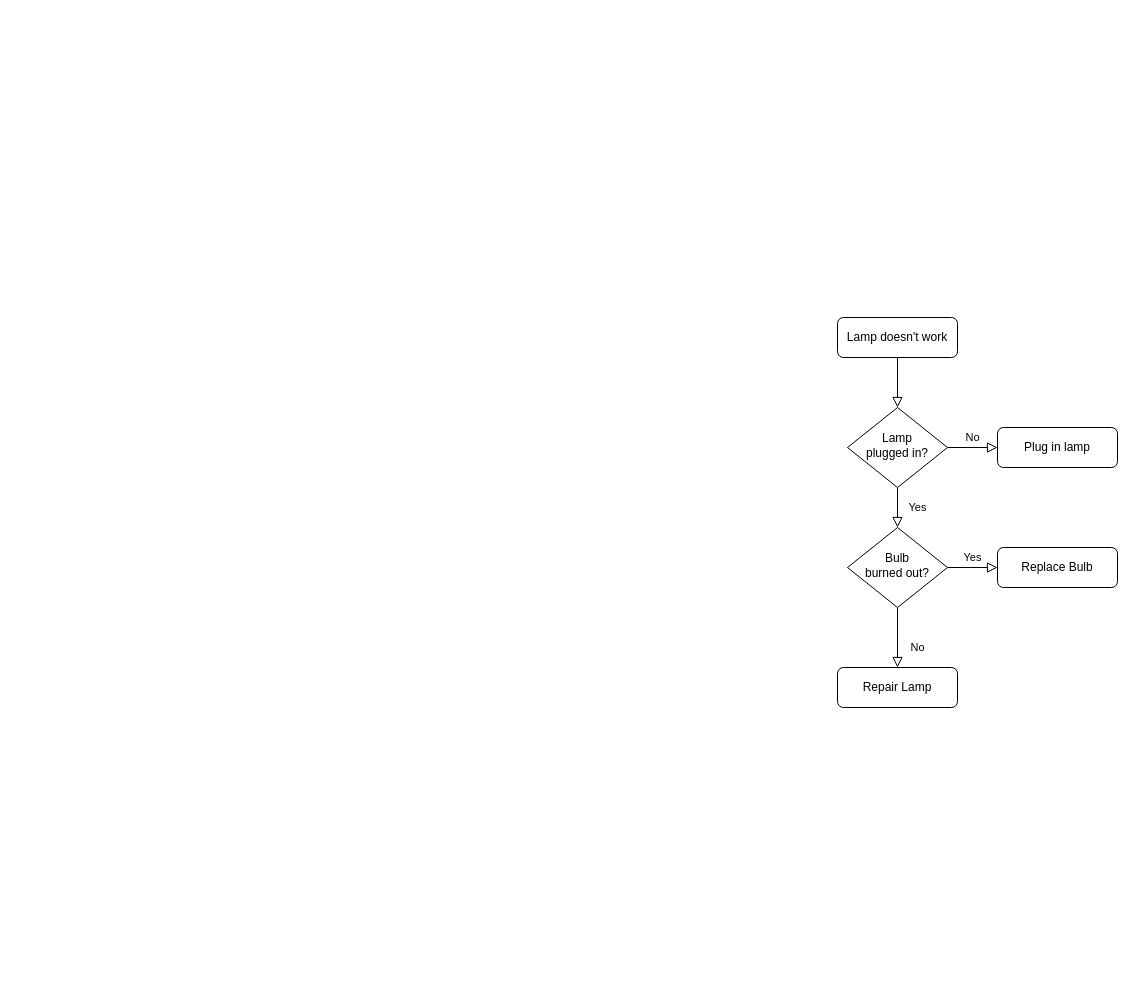
Before: 未命名绘图.drawio in Rockergmail/draw.io, a draw.io diagram. Source tidied: cells renumbered, new cells numbered last; positions are measured from the earlier drawing's top-left corner, leaving out a move shared by most shapes. Both pictures are drawn from the tidied source at 100%, with x=0, y=0 at pixel (837, 317).
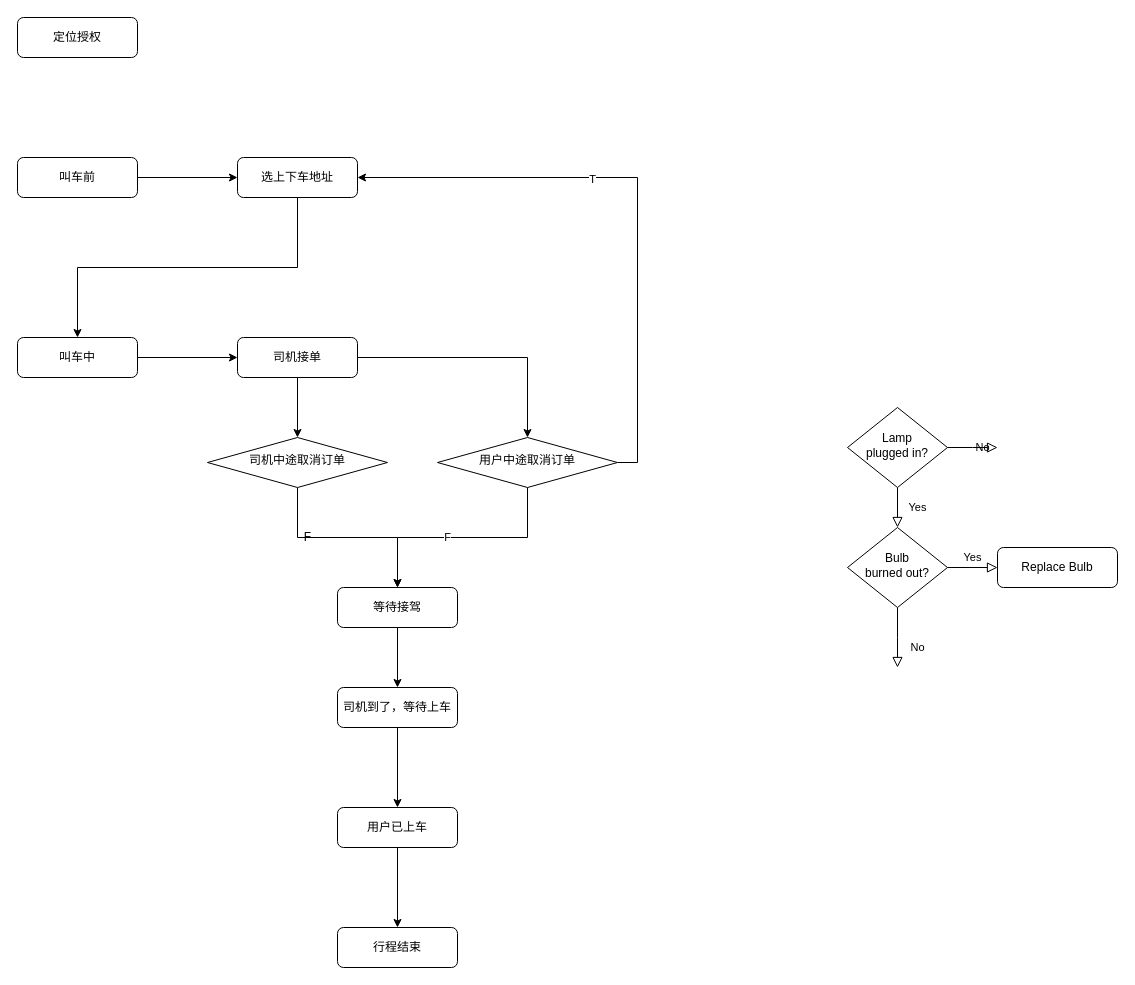
After the change.

Commit message:
更新未命名绘图.drawio

The change refers to these unchanged cells:
```xml
<mxCell id="6" value="Lamp&lt;br&gt;plugged in?" style="rhombus;whiteSpace=wrap;html=1;shadow=0;fontFamily=Helvetica;fontSize=12;align=center;strokeWidth=1;spacing=6;spacingTop=-4;" parent="1" vertex="1">
  <mxGeometry x="10" y="90" width="100" height="80" as="geometry" />
</mxCell>
<mxCell id="10" value="Bulb&lt;br&gt;burned out?" style="rhombus;whiteSpace=wrap;html=1;shadow=0;fontFamily=Helvetica;fontSize=12;align=center;strokeWidth=1;spacing=6;spacingTop=-4;" parent="1" vertex="1">
  <mxGeometry x="10" y="210" width="100" height="80" as="geometry" />
</mxCell>
```

Change to the diagram source:
```diff
@@
-    <mxCell id="2" style="rounded=0;html=1;jettySize=auto;fontSize=11;endArrow=block;endFill=0;endSize=8;strokeWidth=1;shadow=0;labelBackgroundColor=none;edgeStyle=orthogonalEdgeStyle;" parent="1" edge="1" source="3" target="6">
-      <mxGeometry relative="1" as="geometry" />
-    </mxCell>
-    <mxCell id="3" value="Lamp doesn't work" style="rounded=1;whiteSpace=wrap;html=1;fontSize=12;glass=0;strokeWidth=1;shadow=0;" parent="1" vertex="1">
-      <mxGeometry width="120" height="40" as="geometry" />
+    <mxCell id="3" value="定位授权" style="rounded=1;whiteSpace=wrap;html=1;fontSize=12;glass=0;strokeWidth=1;shadow=0;" parent="1" vertex="1">
+      <mxGeometry x="-820" y="-300" width="120" height="40" as="geometry" />
     </mxCell>
@@
-    <mxCell id="5" value="No" style="edgeStyle=orthogonalEdgeStyle;rounded=0;html=1;jettySize=auto;fontSize=11;endArrow=block;endFill=0;endSize=8;strokeWidth=1;shadow=0;labelBackgroundColor=none;" parent="1" edge="1" source="6" target="7">
-      <mxGeometry y="10" relative="1" as="geometry" />
+    <mxCell id="5" value="No" style="edgeStyle=orthogonalEdgeStyle;rounded=0;html=1;jettySize=auto;fontSize=11;endArrow=block;endFill=0;endSize=8;strokeWidth=1;shadow=0;labelBackgroundColor=none;" parent="1" edge="1" source="6">
+      <mxGeometry y="10" relative="1" as="geometry">
+        <mxPoint x="160" y="130" as="targetPoint" />
+      </mxGeometry>
     </mxCell>
@@
-    <mxCell id="7" value="Plug in lamp" style="rounded=1;whiteSpace=wrap;html=1;fontSize=12;glass=0;strokeWidth=1;shadow=0;" parent="1" vertex="1">
-      <mxGeometry x="160" y="110" width="120" height="40" as="geometry" />
-    </mxCell>
-    <mxCell id="8" value="No" style="rounded=0;html=1;jettySize=auto;fontSize=11;endArrow=block;endFill=0;endSize=8;strokeWidth=1;shadow=0;labelBackgroundColor=none;edgeStyle=orthogonalEdgeStyle;" parent="1" edge="1" source="10" target="11">
-      <mxGeometry x="0.33" y="20" relative="1" as="geometry" />
+    <mxCell id="8" value="No" style="rounded=0;html=1;jettySize=auto;fontSize=11;endArrow=block;endFill=0;endSize=8;strokeWidth=1;shadow=0;labelBackgroundColor=none;edgeStyle=orthogonalEdgeStyle;" parent="1" edge="1" source="10">
+      <mxGeometry x="0.33" y="20" relative="1" as="geometry">
+        <mxPoint x="60" y="350" as="targetPoint" />
+      </mxGeometry>
     </mxCell>
@@
-    <mxCell id="11" value="Repair Lamp" style="rounded=1;whiteSpace=wrap;html=1;fontSize=12;glass=0;strokeWidth=1;shadow=0;" parent="1" vertex="1">
-      <mxGeometry y="350" width="120" height="40" as="geometry" />
+    <mxCell id="11" value="行程结束" style="rounded=1;whiteSpace=wrap;html=1;fontSize=12;glass=0;strokeWidth=1;shadow=0;" parent="1" vertex="1">
+      <mxGeometry x="-500" y="610" width="120" height="40" as="geometry" />
     </mxCell>
@@
+    <mxCell id="13" style="edgeStyle=orthogonalEdgeStyle;rounded=0;jettySize=auto;html=1;" parent="1" edge="1" source="14" target="22">
+      <mxGeometry relative="1" as="geometry" />
+    </mxCell>
+    <mxCell id="14" value="叫车前" style="rounded=1;whiteSpace=wrap;html=1;fontSize=12;glass=0;strokeWidth=1;shadow=0;" parent="1" vertex="1">
+      <mxGeometry x="-820" y="-160" width="120" height="40" as="geometry" />
+    </mxCell>
+    <mxCell id="15" style="edgeStyle=orthogonalEdgeStyle;rounded=0;jettySize=auto;html=1;" parent="1" edge="1" source="16" target="25">
+      <mxGeometry relative="1" as="geometry" />
+    </mxCell>
+    <mxCell id="16" value="叫车中" style="rounded=1;whiteSpace=wrap;html=1;fontSize=12;glass=0;strokeWidth=1;shadow=0;" parent="1" vertex="1">
+      <mxGeometry x="-820" y="20" width="120" height="40" as="geometry" />
+    </mxCell>
+    <mxCell id="17" style="edgeStyle=orthogonalEdgeStyle;rounded=0;jettySize=auto;html=1;" parent="1" edge="1" source="18" target="35">
+      <mxGeometry relative="1" as="geometry" />
+    </mxCell>
+    <mxCell id="18" value="等待接驾" style="rounded=1;whiteSpace=wrap;html=1;fontSize=12;glass=0;strokeWidth=1;shadow=0;" parent="1" vertex="1">
+      <mxGeometry x="-500" y="270" width="120" height="40" as="geometry" />
+    </mxCell>
+    <mxCell id="19" style="edgeStyle=orthogonalEdgeStyle;rounded=0;jettySize=auto;html=1;" parent="1" edge="1" source="20" target="11">
+      <mxGeometry relative="1" as="geometry" />
+    </mxCell>
+    <mxCell id="20" value="用户已上车" style="rounded=1;whiteSpace=wrap;html=1;fontSize=12;glass=0;strokeWidth=1;shadow=0;" parent="1" vertex="1">
+      <mxGeometry x="-500" y="490" width="120" height="40" as="geometry" />
+    </mxCell>
+    <mxCell id="21" style="edgeStyle=orthogonalEdgeStyle;rounded=0;jettySize=auto;html=1;exitX=0.5;exitY=1;exitDx=0;exitDy=0;entryX=0.5;entryY=0;entryDx=0;entryDy=0;" parent="1" edge="1" source="22" target="16">
+      <mxGeometry relative="1" as="geometry" />
+    </mxCell>
+    <mxCell id="22" value="选上下车地址" style="rounded=1;whiteSpace=wrap;html=1;fontSize=12;glass=0;strokeWidth=1;shadow=0;" parent="1" vertex="1">
+      <mxGeometry x="-600" y="-160" width="120" height="40" as="geometry" />
+    </mxCell>
+    <mxCell id="23" style="edgeStyle=orthogonalEdgeStyle;rounded=0;jettySize=auto;html=1;" parent="1" edge="1" source="25" target="27">
+      <mxGeometry relative="1" as="geometry" />
+    </mxCell>
+    <mxCell id="24" style="edgeStyle=orthogonalEdgeStyle;rounded=0;jettySize=auto;html=1;exitX=1;exitY=0.5;exitDx=0;exitDy=0;" parent="1" edge="1" source="25" target="32">
+      <mxGeometry relative="1" as="geometry" />
+    </mxCell>
+    <mxCell id="25" value="司机接单" style="rounded=1;whiteSpace=wrap;html=1;fontSize=12;glass=0;strokeWidth=1;shadow=0;" parent="1" vertex="1">
+      <mxGeometry x="-600" y="20" width="120" height="40" as="geometry" />
+    </mxCell>
+    <mxCell id="26" style="edgeStyle=orthogonalEdgeStyle;rounded=0;jettySize=auto;html=1;exitX=0.5;exitY=1;exitDx=0;exitDy=0;entryX=0.5;entryY=0;entryDx=0;entryDy=0;" parent="1" edge="1" source="27" target="18">
+      <mxGeometry relative="1" as="geometry" />
+    </mxCell>
+    <mxCell id="27" value="司机中途取消订单" style="rhombus;whiteSpace=wrap;html=1;shadow=0;fontFamily=Helvetica;fontSize=12;align=center;strokeWidth=1;spacing=6;spacingTop=-4;" parent="1" vertex="1">
+      <mxGeometry x="-630" y="120" width="180" height="50" as="geometry" />
+    </mxCell>
+    <mxCell id="28" style="edgeStyle=orthogonalEdgeStyle;rounded=0;jettySize=auto;html=1;entryX=0.5;entryY=0;entryDx=0;entryDy=0;" parent="1" edge="1" source="32" target="18">
+      <mxGeometry relative="1" as="geometry" />
+    </mxCell>
+    <mxCell id="29" value="F" style="edgeLabel;html=1;align=center;verticalAlign=middle;" parent="28" vertex="1">
+      <mxGeometry x="0.14" y="-1" relative="1" as="geometry" />
+    </mxCell>
+    <mxCell id="30" style="edgeStyle=orthogonalEdgeStyle;rounded=0;jettySize=auto;html=1;exitX=1;exitY=0.5;exitDx=0;exitDy=0;entryX=1;entryY=0.5;entryDx=0;entryDy=0;" parent="1" edge="1" source="32" target="22">
+      <mxGeometry relative="1" as="geometry" />
+    </mxCell>
+    <mxCell id="31" value="T" style="edgeLabel;html=1;align=center;verticalAlign=middle;" parent="30" vertex="1">
+      <mxGeometry x="0.2" y="1" relative="1" as="geometry" />
+    </mxCell>
+    <mxCell id="32" value="用户中途取消订单" style="rhombus;whiteSpace=wrap;html=1;shadow=0;fontFamily=Helvetica;fontSize=12;align=center;strokeWidth=1;spacing=6;spacingTop=-4;" parent="1" vertex="1">
+      <mxGeometry x="-400" y="120" width="180" height="50" as="geometry" />
+    </mxCell>
+    <mxCell id="33" value="F" style="text;html=1;align=center;verticalAlign=middle;strokeColor=none;fillColor=none;" parent="1" vertex="1">
+      <mxGeometry x="-545" y="205" width="30" height="30" as="geometry" />
+    </mxCell>
+    <mxCell id="34" style="edgeStyle=orthogonalEdgeStyle;rounded=0;jettySize=auto;html=1;" parent="1" edge="1" source="35" target="20">
+      <mxGeometry relative="1" as="geometry" />
+    </mxCell>
+    <mxCell id="35" value="司机到了，等待上车" style="rounded=1;whiteSpace=wrap;html=1;fontSize=12;glass=0;strokeWidth=1;shadow=0;" parent="1" vertex="1">
+      <mxGeometry x="-500" y="370" width="120" height="40" as="geometry" />
+    </mxCell>
```
